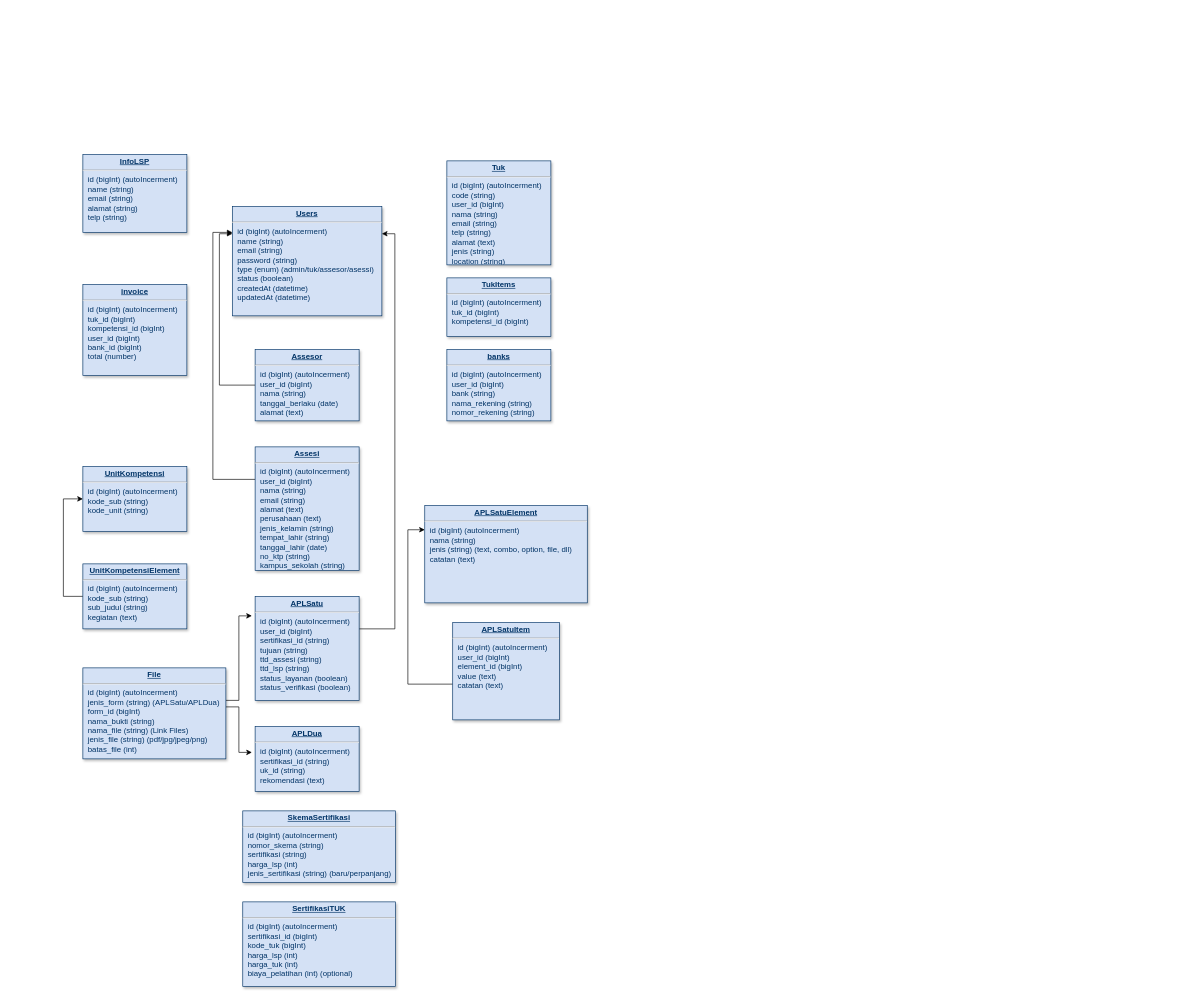
The draw.io diagram db.drawio in awankelana/vip-db, before the edit. Source tidied: cells renumbered, new cells numbered last; positions are measured from the earlier drawing's top-left corner, leaving out a move shared by most shapes. Both pictures are drawn from the tidied source at 65%, with x=0, y=0 at pixel (63, 154).
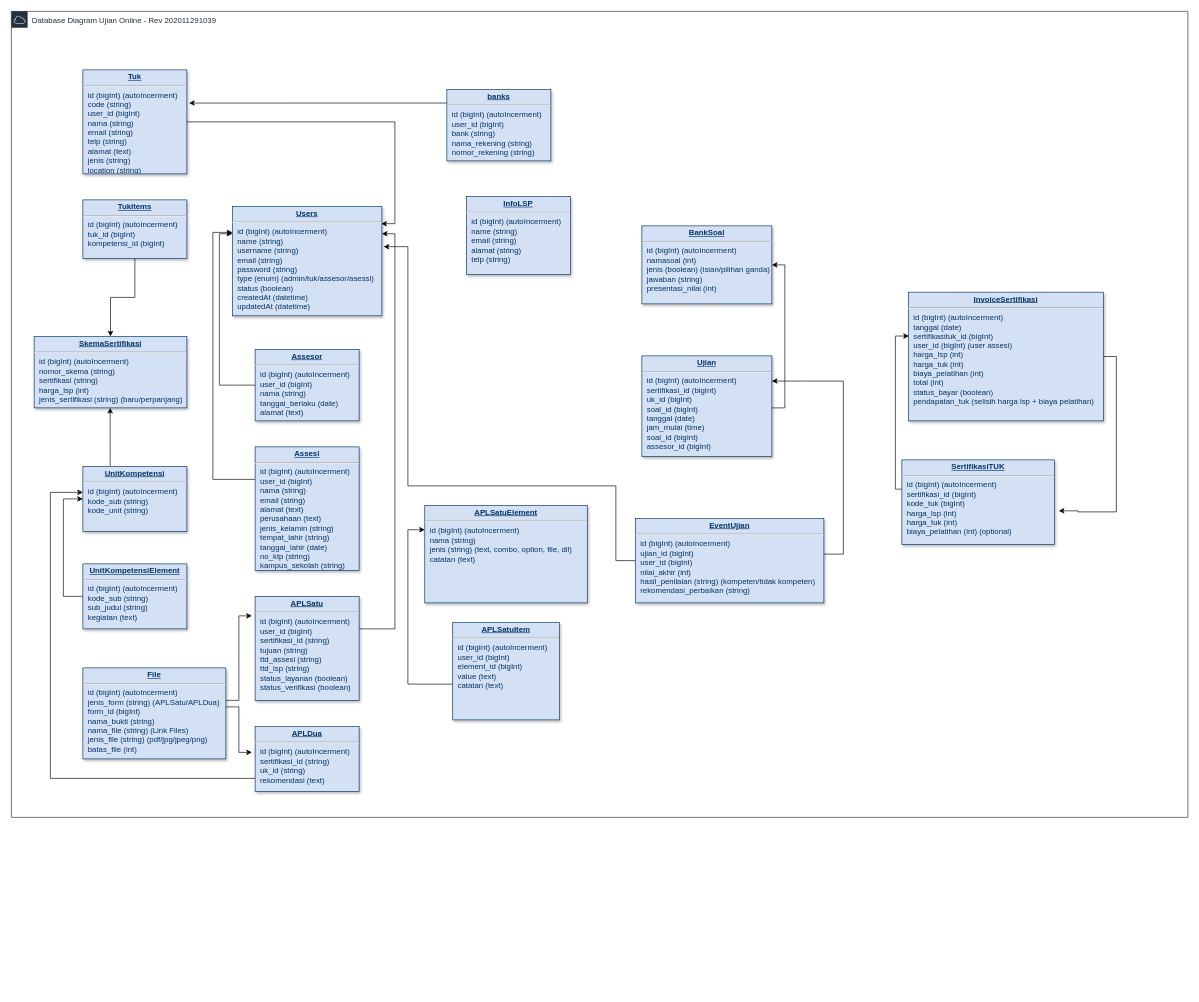
The same page after the edit.

The change refers to these unchanged cells:
```xml
<mxCell id="4" value="&lt;p style=&quot;margin: 0px ; margin-top: 4px ; text-align: center ; text-decoration: underline&quot;&gt;&lt;strong&gt;UnitKompetensi&lt;/strong&gt;&lt;/p&gt;&lt;hr&gt;&lt;p style=&quot;margin: 0px ; margin-left: 8px&quot;&gt;id (bigInt) (autoIncerment)&amp;nbsp;&lt;/p&gt;&lt;p style=&quot;margin: 0px ; margin-left: 8px&quot;&gt;kode_sub (string)&lt;/p&gt;&lt;p style=&quot;margin: 0px ; margin-left: 8px&quot;&gt;kode_unit (string)&lt;/p&gt;&lt;p style=&quot;margin: 0px ; margin-left: 8px&quot;&gt;&lt;br&gt;&lt;/p&gt;" style="verticalAlign=top;align=left;overflow=fill;fontSize=12;fontFamily=Helvetica;html=1;strokeColor=#003366;shadow=1;fillColor=#D4E1F5;fontColor=#003366;" parent="1" vertex="1">
  <mxGeometry x="30" y="480" width="160" height="100" as="geometry" />
</mxCell>
<mxCell id="18" value="&lt;p style=&quot;margin: 0px ; margin-top: 4px ; text-align: center ; text-decoration: underline&quot;&gt;&lt;strong&gt;APLDua&lt;/strong&gt;&lt;/p&gt;&lt;hr&gt;&lt;p style=&quot;margin: 0px ; margin-left: 8px&quot;&gt;id (bigInt) (autoIncerment)&lt;/p&gt;&lt;p style=&quot;margin: 0px ; margin-left: 8px&quot;&gt;&lt;span&gt;sertifikasi_id (string)&lt;/span&gt;&lt;br&gt;&lt;/p&gt;&lt;p style=&quot;margin: 0px ; margin-left: 8px&quot;&gt;uk_id (string)&lt;/p&gt;&lt;p style=&quot;margin: 0px ; margin-left: 8px&quot;&gt;rekomendasi (text)&lt;/p&gt;" style="verticalAlign=top;align=left;overflow=fill;fontSize=12;fontFamily=Helvetica;html=1;strokeColor=#003366;shadow=1;fillColor=#D4E1F5;fontColor=#003366;" parent="1" vertex="1">
  <mxGeometry x="295" y="880" width="160" height="100" as="geometry" />
</mxCell>
```

What changed in the source:
```diff
@@
+    <mxCell id="26" value="Database Diagram Ujian Online - Rev 202011291039" style="gradientColor=none;html=1;whiteSpace=wrap;fontSize=12;fontStyle=0;shape=mxgraph.aws4.group;grIcon=mxgraph.aws4.group_aws_cloud;strokeColor=#232F3E;fillColor=none;verticalAlign=top;align=left;spacingLeft=30;fontColor=#232F3E;dashed=0;" parent="1" vertex="1">
+      <mxGeometry x="-80" y="-220" width="1810" height="1240" as="geometry" />
+    </mxCell>
+    <mxCell id="27" style="edgeStyle=orthogonalEdgeStyle;rounded=0;jettySize=auto;html=1;entryX=0.996;entryY=0.158;entryDx=0;entryDy=0;entryPerimeter=0;" parent="1" edge="1" source="2" target="5">
+      <mxGeometry relative="1" as="geometry" />
+    </mxCell>
     <mxCell id="2" value="&lt;p style=&quot;margin: 0px ; margin-top: 4px ; text-align: center ; text-decoration: underline&quot;&gt;&lt;b&gt;Tuk&lt;/b&gt;&lt;/p&gt;&lt;hr&gt;&lt;p style=&quot;margin: 0px ; margin-left: 8px&quot;&gt;id (bigInt) (autoIncerment)&lt;br&gt;&lt;/p&gt;&lt;p style=&quot;margin: 0px ; margin-left: 8px&quot;&gt;code (string)&lt;br&gt;user_id (bigInt)&lt;/p&gt;&lt;p style=&quot;margin: 0px ; margin-left: 8px&quot;&gt;nama (string)&lt;/p&gt;&lt;p style=&quot;margin: 0px ; margin-left: 8px&quot;&gt;email (string)&lt;/p&gt;&lt;p style=&quot;margin: 0px ; margin-left: 8px&quot;&gt;telp (string)&lt;/p&gt;&lt;p style=&quot;margin: 0px ; margin-left: 8px&quot;&gt;alamat (text)&lt;/p&gt;&lt;p style=&quot;margin: 0px ; margin-left: 8px&quot;&gt;jenis (string)&lt;/p&gt;&lt;p style=&quot;margin: 0px ; margin-left: 8px&quot;&gt;location (string)&lt;/p&gt;" style="verticalAlign=top;align=left;overflow=fill;fontSize=12;fontFamily=Helvetica;html=1;strokeColor=#003366;shadow=1;fillColor=#D4E1F5;fontColor=#003366;" parent="1" vertex="1">
-      <mxGeometry x="590" y="10" width="160" height="160" as="geometry" />
+      <mxGeometry x="30" y="-130" width="160" height="160" as="geometry" />
     </mxCell>
+    <mxCell id="28" style="edgeStyle=orthogonalEdgeStyle;rounded=0;jettySize=auto;html=1;entryX=1.027;entryY=0.603;entryDx=0;entryDy=0;entryPerimeter=0;" parent="1" edge="1" source="3" target="25">
+      <mxGeometry relative="1" as="geometry">
+        <Array as="points">
+          <mxPoint x="1620" y="311" />
+          <mxPoint x="1620" y="550" />
+          <mxPoint x="1561" y="550" />
+        </Array>
+      </mxGeometry>
+    </mxCell>
-    <mxCell id="3" value="&lt;p style=&quot;margin: 0px ; margin-top: 4px ; text-align: center ; text-decoration: underline&quot;&gt;&lt;b&gt;invoice&lt;/b&gt;&lt;/p&gt;&lt;hr&gt;&lt;p style=&quot;margin: 0px ; margin-left: 8px&quot;&gt;id (bigInt) (autoI&lt;span&gt;ncerment)&lt;/span&gt;&lt;/p&gt;&lt;p style=&quot;margin: 0px ; margin-left: 8px&quot;&gt;tuk_id (bigInt)&lt;/p&gt;&lt;p style=&quot;margin: 0px ; margin-left: 8px&quot;&gt;kompetensi_id (bigInt)&lt;/p&gt;&lt;p style=&quot;margin: 0px ; margin-left: 8px&quot;&gt;user_id (bigInt)&lt;/p&gt;&lt;p style=&quot;margin: 0px ; margin-left: 8px&quot;&gt;bank_id (bigInt)&lt;/p&gt;&lt;p style=&quot;margin: 0px ; margin-left: 8px&quot;&gt;total (number)&lt;/p&gt;" style="verticalAlign=top;align=left;overflow=fill;fontSize=12;fontFamily=Helvetica;html=1;strokeColor=#003366;shadow=1;fillColor=#D4E1F5;fontColor=#003366;" parent="1" vertex="1">
-      <mxGeometry x="30" y="200" width="160" height="140" as="geometry" />
+    <mxCell id="3" value="&lt;p style=&quot;margin: 0px ; margin-top: 4px ; text-align: center ; text-decoration: underline&quot;&gt;&lt;b&gt;InvoiceSertifikasi&lt;/b&gt;&lt;/p&gt;&lt;hr&gt;&lt;p style=&quot;margin: 0px ; margin-left: 8px&quot;&gt;id (bigInt) (autoI&lt;span&gt;ncerment)&lt;/span&gt;&lt;/p&gt;&lt;p style=&quot;margin: 0px ; margin-left: 8px&quot;&gt;tanggal (date)&lt;/p&gt;&lt;p style=&quot;margin: 0px ; margin-left: 8px&quot;&gt;sertifikasituk_id (bigInt)&lt;/p&gt;&lt;p style=&quot;margin: 0px ; margin-left: 8px&quot;&gt;user_id (bigInt) (user assesi)&lt;/p&gt;&lt;p style=&quot;margin: 0px ; margin-left: 8px&quot;&gt;harga_lsp (int)&lt;/p&gt;&lt;p style=&quot;margin: 0px ; margin-left: 8px&quot;&gt;harga_tuk (int)&lt;/p&gt;&lt;p style=&quot;margin: 0px ; margin-left: 8px&quot;&gt;biaya_pelatihan (int)&lt;/p&gt;&lt;p style=&quot;margin: 0px ; margin-left: 8px&quot;&gt;total (int)&lt;/p&gt;&lt;p style=&quot;margin: 0px ; margin-left: 8px&quot;&gt;status_bayar (boolean)&lt;/p&gt;&lt;p style=&quot;margin: 0px ; margin-left: 8px&quot;&gt;pendapatan_tuk&amp;nbsp;&lt;span&gt;(selisih harga lsp + biaya pelatihan)&lt;/span&gt;&lt;/p&gt;&lt;p style=&quot;margin: 0px ; margin-left: 8px&quot;&gt;&lt;br&gt;&lt;/p&gt;" style="verticalAlign=top;align=left;overflow=fill;fontSize=12;fontFamily=Helvetica;html=1;strokeColor=#003366;shadow=1;fillColor=#D4E1F5;fontColor=#003366;" parent="1" vertex="1">
+      <mxGeometry x="1300" y="212" width="300" height="198" as="geometry" />
     </mxCell>
+    <mxCell id="29" style="edgeStyle=orthogonalEdgeStyle;rounded=0;jettySize=auto;html=1;" parent="1" edge="1" source="4" target="24">
+      <mxGeometry relative="1" as="geometry">
+        <Array as="points">
+          <mxPoint x="72" y="460" />
+          <mxPoint x="72" y="460" />
+        </Array>
+      </mxGeometry>
+    </mxCell>
@@
-    <mxCell id="5" value="&lt;p style=&quot;margin: 0px ; margin-top: 4px ; text-align: center ; text-decoration: underline&quot;&gt;&lt;strong&gt;Users&lt;/strong&gt;&lt;/p&gt;&lt;hr&gt;&lt;p style=&quot;margin: 0px ; margin-left: 8px&quot;&gt;id (bigInt) (autoIncerment)&lt;/p&gt;&lt;p style=&quot;margin: 0px ; margin-left: 8px&quot;&gt;name (string)&lt;/p&gt;&lt;p style=&quot;margin: 0px ; margin-left: 8px&quot;&gt;email (string)&lt;/p&gt;&lt;p style=&quot;margin: 0px ; margin-left: 8px&quot;&gt;password (string)&lt;/p&gt;&lt;p style=&quot;margin: 0px ; margin-left: 8px&quot;&gt;type (enum) (admin/tuk/assesor/asessi)&lt;/p&gt;&lt;p style=&quot;margin: 0px ; margin-left: 8px&quot;&gt;status (boolean)&lt;/p&gt;&lt;p style=&quot;margin: 0px ; margin-left: 8px&quot;&gt;createdAt (datetime)&lt;/p&gt;&lt;p style=&quot;margin: 0px ; margin-left: 8px&quot;&gt;updatedAt (datetime)&lt;/p&gt;" style="verticalAlign=top;align=left;overflow=fill;fontSize=12;fontFamily=Helvetica;html=1;strokeColor=#003366;shadow=1;fillColor=#D4E1F5;fontColor=#003366;" parent="1" vertex="1">
+    <mxCell id="5" value="&lt;p style=&quot;margin: 0px ; margin-top: 4px ; text-align: center ; text-decoration: underline&quot;&gt;&lt;strong&gt;Users&lt;/strong&gt;&lt;/p&gt;&lt;hr&gt;&lt;p style=&quot;margin: 0px ; margin-left: 8px&quot;&gt;id (bigInt) (autoIncerment)&lt;/p&gt;&lt;p style=&quot;margin: 0px ; margin-left: 8px&quot;&gt;name (string)&lt;/p&gt;&lt;p style=&quot;margin: 0px ; margin-left: 8px&quot;&gt;username (string)&lt;/p&gt;&lt;p style=&quot;margin: 0px ; margin-left: 8px&quot;&gt;email (string)&lt;/p&gt;&lt;p style=&quot;margin: 0px ; margin-left: 8px&quot;&gt;password (string)&lt;/p&gt;&lt;p style=&quot;margin: 0px ; margin-left: 8px&quot;&gt;type (enum) (admin/tuk/assesor/asessi)&lt;/p&gt;&lt;p style=&quot;margin: 0px ; margin-left: 8px&quot;&gt;status (boolean)&lt;/p&gt;&lt;p style=&quot;margin: 0px ; margin-left: 8px&quot;&gt;createdAt (datetime)&lt;/p&gt;&lt;p style=&quot;margin: 0px ; margin-left: 8px&quot;&gt;updatedAt (datetime)&lt;/p&gt;" style="verticalAlign=top;align=left;overflow=fill;fontSize=12;fontFamily=Helvetica;html=1;strokeColor=#003366;shadow=1;fillColor=#D4E1F5;fontColor=#003366;" parent="1" vertex="1">
       <mxGeometry x="260" y="80" width="230" height="168.4" as="geometry" />
     </mxCell>
+    <mxCell id="30" style="edgeStyle=orthogonalEdgeStyle;rounded=0;jettySize=auto;html=1;entryX=0.5;entryY=0;entryDx=0;entryDy=0;" parent="1" edge="1" source="6" target="24">
+      <mxGeometry relative="1" as="geometry" />
+    </mxCell>
     <mxCell id="6" value="&lt;p style=&quot;margin: 0px ; margin-top: 4px ; text-align: center ; text-decoration: underline&quot;&gt;&lt;b&gt;TukItems&lt;/b&gt;&lt;/p&gt;&lt;hr&gt;&lt;p style=&quot;margin: 0px ; margin-left: 8px&quot;&gt;id (bigInt) (autoIncerment)&lt;/p&gt;&lt;p style=&quot;margin: 0px ; margin-left: 8px&quot;&gt;tuk_id (bigInt)&lt;/p&gt;&lt;p style=&quot;margin: 0px ; margin-left: 8px&quot;&gt;kompetensi_id (bigInt)&lt;/p&gt;" style="verticalAlign=top;align=left;overflow=fill;fontSize=12;fontFamily=Helvetica;html=1;strokeColor=#003366;shadow=1;fillColor=#D4E1F5;fontColor=#003366;" parent="1" vertex="1">
-      <mxGeometry x="590" y="190" width="160" height="90" as="geometry" />
+      <mxGeometry x="30" y="70" width="160" height="90" as="geometry" />
     </mxCell>
+    <mxCell id="31" style="edgeStyle=orthogonalEdgeStyle;rounded=0;jettySize=auto;html=1;entryX=1.021;entryY=0.319;entryDx=0;entryDy=0;entryPerimeter=0;" parent="1" edge="1" source="7" target="2">
+      <mxGeometry relative="1" as="geometry">
+        <Array as="points">
+          <mxPoint x="510" y="-79" />
+          <mxPoint x="510" y="-79" />
+        </Array>
+      </mxGeometry>
+    </mxCell>
     <mxCell id="7" value="&lt;p style=&quot;margin: 0px ; margin-top: 4px ; text-align: center ; text-decoration: underline&quot;&gt;&lt;b&gt;banks&lt;/b&gt;&lt;/p&gt;&lt;hr&gt;&lt;p style=&quot;margin: 0px ; margin-left: 8px&quot;&gt;id (bigInt) (autoIncerment)&lt;/p&gt;&lt;p style=&quot;margin: 0px ; margin-left: 8px&quot;&gt;user_id (bigInt)&lt;br&gt;bank (string)&lt;/p&gt;&lt;p style=&quot;margin: 0px ; margin-left: 8px&quot;&gt;nama_rekening (string)&lt;/p&gt;&lt;p style=&quot;margin: 0px ; margin-left: 8px&quot;&gt;nomor_rekening (string)&lt;/p&gt;" style="verticalAlign=top;align=left;overflow=fill;fontSize=12;fontFamily=Helvetica;html=1;strokeColor=#003366;shadow=1;fillColor=#D4E1F5;fontColor=#003366;" parent="1" vertex="1">
-      <mxGeometry x="590" y="300" width="160" height="110" as="geometry" />
+      <mxGeometry x="590" y="-100" width="160" height="110" as="geometry" />
     </mxCell>
     <mxCell id="8" value="&lt;p style=&quot;margin: 0px ; margin-top: 4px ; text-align: center ; text-decoration: underline&quot;&gt;&lt;b&gt;InfoLSP&lt;/b&gt;&lt;/p&gt;&lt;hr&gt;&lt;p style=&quot;margin: 0px ; margin-left: 8px&quot;&gt;id (bigInt) (autoI&lt;span&gt;ncerment)&lt;/span&gt;&lt;/p&gt;&lt;p style=&quot;margin: 0px ; margin-left: 8px&quot;&gt;name (string)&lt;/p&gt;&lt;p style=&quot;margin: 0px ; margin-left: 8px&quot;&gt;email (string)&lt;/p&gt;&lt;p style=&quot;margin: 0px ; margin-left: 8px&quot;&gt;alamat (string)&lt;/p&gt;&lt;p style=&quot;margin: 0px ; margin-left: 8px&quot;&gt;telp (string)&lt;/p&gt;" style="verticalAlign=top;align=left;overflow=fill;fontSize=12;fontFamily=Helvetica;html=1;strokeColor=#003366;shadow=1;fillColor=#D4E1F5;fontColor=#003366;" parent="1" vertex="1">
-      <mxGeometry x="30" width="160" height="120" as="geometry" />
+      <mxGeometry x="620" y="65" width="160" height="120" as="geometry" />
     </mxCell>
@@
+    <mxCell id="32" style="edgeStyle=orthogonalEdgeStyle;rounded=0;jettySize=auto;html=1;" parent="1" edge="1" source="18" target="4">
+      <mxGeometry relative="1" as="geometry">
+        <Array as="points">
+          <mxPoint x="-20" y="960" />
+          <mxPoint x="-20" y="520" />
+        </Array>
+      </mxGeometry>
+    </mxCell>
@@
     <mxCell id="24" value="&lt;p style=&quot;margin: 0px ; margin-top: 4px ; text-align: center ; text-decoration: underline&quot;&gt;&lt;strong&gt;SkemaSertifikasi&lt;/strong&gt;&lt;/p&gt;&lt;hr&gt;&lt;p style=&quot;margin: 0px ; margin-left: 8px&quot;&gt;id (bigInt) (autoIncerment)&lt;/p&gt;&lt;p style=&quot;margin: 0px ; margin-left: 8px&quot;&gt;nomor_skema (string)&lt;/p&gt;&lt;p style=&quot;margin: 0px ; margin-left: 8px&quot;&gt;sertifikasi (string)&lt;/p&gt;&lt;p style=&quot;margin: 0px ; margin-left: 8px&quot;&gt;harga_lsp (int)&lt;/p&gt;&lt;p style=&quot;margin: 0px ; margin-left: 8px&quot;&gt;jenis_sertifikasi (string) (baru/perpanjang)&lt;/p&gt;" style="verticalAlign=top;align=left;overflow=fill;fontSize=12;fontFamily=Helvetica;html=1;strokeColor=#003366;shadow=1;fillColor=#D4E1F5;fontColor=#003366;" parent="1" vertex="1">
-      <mxGeometry x="276" y="1010" width="235" height="110" as="geometry" />
+      <mxGeometry x="-45" y="280" width="235" height="110" as="geometry" />
     </mxCell>
+    <mxCell id="33" style="edgeStyle=orthogonalEdgeStyle;rounded=0;jettySize=auto;html=1;entryX=0.003;entryY=0.341;entryDx=0;entryDy=0;entryPerimeter=0;" parent="1" edge="1" source="25" target="3">
+      <mxGeometry relative="1" as="geometry">
+        <Array as="points">
+          <mxPoint x="1280" y="515" />
+          <mxPoint x="1280" y="280" />
+        </Array>
+      </mxGeometry>
+    </mxCell>
     <mxCell id="25" value="&lt;p style=&quot;margin: 0px ; margin-top: 4px ; text-align: center ; text-decoration: underline&quot;&gt;&lt;strong&gt;SertifikasiTUK&lt;/strong&gt;&lt;/p&gt;&lt;hr&gt;&lt;p style=&quot;margin: 0px ; margin-left: 8px&quot;&gt;id (bigInt) (autoIncerment)&lt;/p&gt;&lt;p style=&quot;margin: 0px ; margin-left: 8px&quot;&gt;sertifikasi_id (bigInt)&lt;/p&gt;&lt;p style=&quot;margin: 0px ; margin-left: 8px&quot;&gt;kode_tuk (bigInt)&lt;/p&gt;&lt;p style=&quot;margin: 0px ; margin-left: 8px&quot;&gt;harga_lsp (int)&lt;/p&gt;&lt;p style=&quot;margin: 0px ; margin-left: 8px&quot;&gt;harga_tuk (int)&lt;/p&gt;&lt;p style=&quot;margin: 0px ; margin-left: 8px&quot;&gt;biaya_pelatihan (int) (optional)&lt;/p&gt;" style="verticalAlign=top;align=left;overflow=fill;fontSize=12;fontFamily=Helvetica;html=1;strokeColor=#003366;shadow=1;fillColor=#D4E1F5;fontColor=#003366;" parent="1" vertex="1">
-      <mxGeometry x="276" y="1150" width="235" height="130" as="geometry" />
+      <mxGeometry x="1290" y="470" width="235" height="130" as="geometry" />
     </mxCell>
+    <mxCell id="34" value="&lt;p style=&quot;margin: 0px ; margin-top: 4px ; text-align: center ; text-decoration: underline&quot;&gt;&lt;strong&gt;BankSoal&lt;/strong&gt;&lt;/p&gt;&lt;hr&gt;&lt;p style=&quot;margin: 0px ; margin-left: 8px&quot;&gt;id (bigInt) (autoIncerment)&lt;/p&gt;&lt;p style=&quot;margin: 0px ; margin-left: 8px&quot;&gt;namasoal (int)&lt;/p&gt;&lt;p style=&quot;margin: 0px ; margin-left: 8px&quot;&gt;jenis (boolean) (isian/pilihan ganda)&lt;/p&gt;&lt;p style=&quot;margin: 0px ; margin-left: 8px&quot;&gt;jawaban (string)&lt;/p&gt;&lt;p style=&quot;margin: 0px ; margin-left: 8px&quot;&gt;presentasi_nilai (int)&lt;/p&gt;" style="verticalAlign=top;align=left;overflow=fill;fontSize=12;fontFamily=Helvetica;html=1;strokeColor=#003366;shadow=1;fillColor=#D4E1F5;fontColor=#003366;" parent="1" vertex="1">
+      <mxGeometry x="890" y="110" width="200" height="120" as="geometry" />
+    </mxCell>
+    <mxCell id="35" style="edgeStyle=orthogonalEdgeStyle;rounded=0;jettySize=auto;html=1;entryX=1;entryY=0.5;entryDx=0;entryDy=0;" parent="1" edge="1" source="36" target="34">
+      <mxGeometry relative="1" as="geometry">
+        <Array as="points">
+          <mxPoint x="1110" y="390" />
+          <mxPoint x="1110" y="170" />
+          <mxPoint x="1090" y="170" />
+        </Array>
+      </mxGeometry>
+    </mxCell>
+    <mxCell id="36" value="&lt;p style=&quot;margin: 0px ; margin-top: 4px ; text-align: center ; text-decoration: underline&quot;&gt;&lt;strong&gt;Ujian&lt;/strong&gt;&lt;/p&gt;&lt;hr&gt;&lt;p style=&quot;margin: 0px ; margin-left: 8px&quot;&gt;id (bigInt) (autoIncerment)&lt;/p&gt;&lt;p style=&quot;margin: 0px ; margin-left: 8px&quot;&gt;sertifikasi_id (bigInt)&lt;/p&gt;&lt;p style=&quot;margin: 0px ; margin-left: 8px&quot;&gt;uk_id (bigInt)&lt;/p&gt;&lt;p style=&quot;margin: 0px ; margin-left: 8px&quot;&gt;soal_id (bigInt)&lt;/p&gt;&lt;p style=&quot;margin: 0px ; margin-left: 8px&quot;&gt;tanggal (date)&lt;/p&gt;&lt;p style=&quot;margin: 0px ; margin-left: 8px&quot;&gt;jam_mulai (time)&lt;/p&gt;&lt;p style=&quot;margin: 0px ; margin-left: 8px&quot;&gt;soal_id (bigInt)&lt;/p&gt;&lt;p style=&quot;margin: 0px ; margin-left: 8px&quot;&gt;assesor_id (bigInt)&lt;/p&gt;" style="verticalAlign=top;align=left;overflow=fill;fontSize=12;fontFamily=Helvetica;html=1;strokeColor=#003366;shadow=1;fillColor=#D4E1F5;fontColor=#003366;" parent="1" vertex="1">
+      <mxGeometry x="890" y="310" width="200" height="155" as="geometry" />
+    </mxCell>
+    <mxCell id="37" style="edgeStyle=orthogonalEdgeStyle;rounded=0;jettySize=auto;html=1;entryX=1;entryY=0.25;entryDx=0;entryDy=0;" parent="1" edge="1" source="39" target="36">
+      <mxGeometry relative="1" as="geometry">
+        <Array as="points">
+          <mxPoint x="1200" y="615" />
+          <mxPoint x="1200" y="349" />
+        </Array>
+      </mxGeometry>
+    </mxCell>
+    <mxCell id="38" style="edgeStyle=orthogonalEdgeStyle;rounded=0;jettySize=auto;html=1;entryX=1.012;entryY=0.368;entryDx=0;entryDy=0;entryPerimeter=0;" parent="1" edge="1" source="39" target="5">
+      <mxGeometry relative="1" as="geometry">
+        <Array as="points">
+          <mxPoint x="850" y="625" />
+          <mxPoint x="850" y="510" />
+          <mxPoint x="530" y="510" />
+          <mxPoint x="530" y="142" />
+        </Array>
+      </mxGeometry>
+    </mxCell>
+    <mxCell id="39" value="&lt;p style=&quot;margin: 0px ; margin-top: 4px ; text-align: center ; text-decoration: underline&quot;&gt;&lt;strong&gt;EventUjian&lt;/strong&gt;&lt;/p&gt;&lt;hr&gt;&lt;p style=&quot;margin: 0px ; margin-left: 8px&quot;&gt;id (bigInt) (autoIncerment)&lt;/p&gt;&lt;p style=&quot;margin: 0px ; margin-left: 8px&quot;&gt;ujian_id (bigInt)&lt;/p&gt;&lt;p style=&quot;margin: 0px ; margin-left: 8px&quot;&gt;user_id (bigInt)&lt;/p&gt;&lt;p style=&quot;margin: 0px ; margin-left: 8px&quot;&gt;nilai_akhir (int)&lt;/p&gt;&lt;p style=&quot;margin: 0px ; margin-left: 8px&quot;&gt;hasil_penilaian (string) (kompeten/tidak kompeten)&lt;/p&gt;&lt;p style=&quot;margin: 0px ; margin-left: 8px&quot;&gt;rekomendasi_perbaikan (string)&lt;/p&gt;" style="verticalAlign=top;align=left;overflow=fill;fontSize=12;fontFamily=Helvetica;html=1;strokeColor=#003366;shadow=1;fillColor=#D4E1F5;fontColor=#003366;" parent="1" vertex="1">
+      <mxGeometry x="880" y="560" width="290" height="130" as="geometry" />
+    </mxCell>
```
